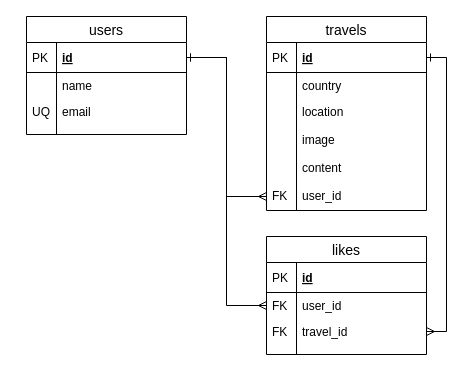
kimurakeisuke/enjoy_trip keeps this draw.io diagram as trip.drawio. Above is the earlier version. Source tidied: cells renumbered, new cells numbered last; positions are measured from the earlier drawing's top-left corner, leaving out a move shared by most shapes. Both pictures are drawn from the tidied source at 100%, with x=0, y=0 at pixel (26, 16).
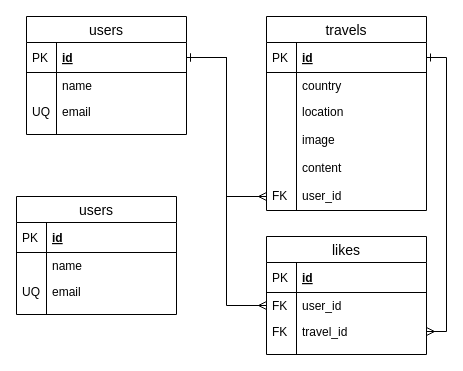
After the change.

Change to the diagram source:
```diff
@@
+    <mxCell id="36" value="users" style="swimlane;fontStyle=0;horizontal=1;startSize=26;align=center;fontSize=14;" parent="1" vertex="1">
+      <mxGeometry x="-10" y="180" width="160" height="118" as="geometry" />
+    </mxCell>
+    <mxCell id="37" value="id" style="shape=partialRectangle;top=0;left=0;right=0;bottom=1;align=left;verticalAlign=middle;fillColor=none;spacingLeft=34;spacingRight=4;overflow=hidden;fontStyle=5;fontSize=12;" parent="36" vertex="1">
+      <mxGeometry y="26" width="160" height="30" as="geometry" />
+    </mxCell>
+    <mxCell id="38" value="PK" style="shape=partialRectangle;top=0;left=0;bottom=0;fillColor=none;align=left;verticalAlign=middle;spacingLeft=4;spacingRight=4;overflow=hidden;fontSize=12;" parent="37" vertex="1">
+      <mxGeometry width="30" height="30" as="geometry" />
+    </mxCell>
+    <mxCell id="39" value="name" style="shape=partialRectangle;top=0;left=0;right=0;bottom=0;align=left;verticalAlign=top;fillColor=none;spacingLeft=34;spacingRight=4;overflow=hidden;fontSize=12;" parent="36" vertex="1">
+      <mxGeometry y="56" width="160" height="26" as="geometry" />
+    </mxCell>
+    <mxCell id="40" style="shape=partialRectangle;top=0;left=0;bottom=0;fillColor=none;align=left;verticalAlign=top;spacingLeft=4;spacingRight=4;overflow=hidden;fontSize=12;" parent="39" vertex="1">
+      <mxGeometry width="30" height="26" as="geometry" />
+    </mxCell>
+    <mxCell id="41" value="email" style="shape=partialRectangle;top=0;left=0;right=0;bottom=0;align=left;verticalAlign=top;fillColor=none;spacingLeft=34;spacingRight=4;overflow=hidden;fontSize=12;" parent="36" vertex="1">
+      <mxGeometry y="82" width="160" height="26" as="geometry" />
+    </mxCell>
+    <mxCell id="42" value="UQ" style="shape=partialRectangle;top=0;left=0;bottom=0;fillColor=none;align=left;verticalAlign=top;spacingLeft=4;spacingRight=4;overflow=hidden;fontSize=12;" parent="41" vertex="1">
+      <mxGeometry width="30" height="26" as="geometry" />
+    </mxCell>
+    <mxCell id="43" style="shape=partialRectangle;top=0;left=0;right=0;bottom=0;align=left;verticalAlign=top;fillColor=none;spacingLeft=34;spacingRight=4;overflow=hidden;fontSize=12;" parent="36" vertex="1">
+      <mxGeometry y="108" width="160" height="10" as="geometry" />
+    </mxCell>
+    <mxCell id="44" style="shape=partialRectangle;top=0;left=0;bottom=0;fillColor=none;align=left;verticalAlign=top;spacingLeft=4;spacingRight=4;overflow=hidden;fontSize=12;" parent="43" vertex="1">
+      <mxGeometry width="30" height="10" as="geometry" />
+    </mxCell>
```
